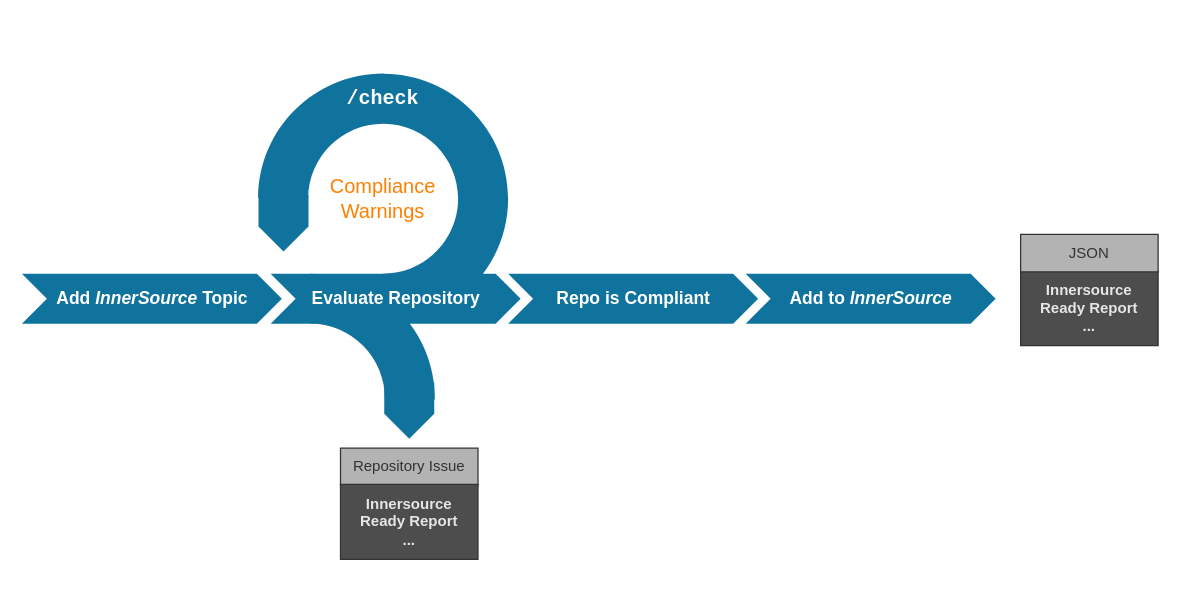
Before: docs/images/processflow.drawio in github-innersource/innersource-ready-report, a draw.io diagram. Source tidied: cells renumbered, new cells numbered last; positions are measured from the earlier drawing's top-left corner, leaving out a move shared by most shapes. Both pictures are drawn from the tidied source at 125%, with x=0, y=0 at pixel (21, 21).
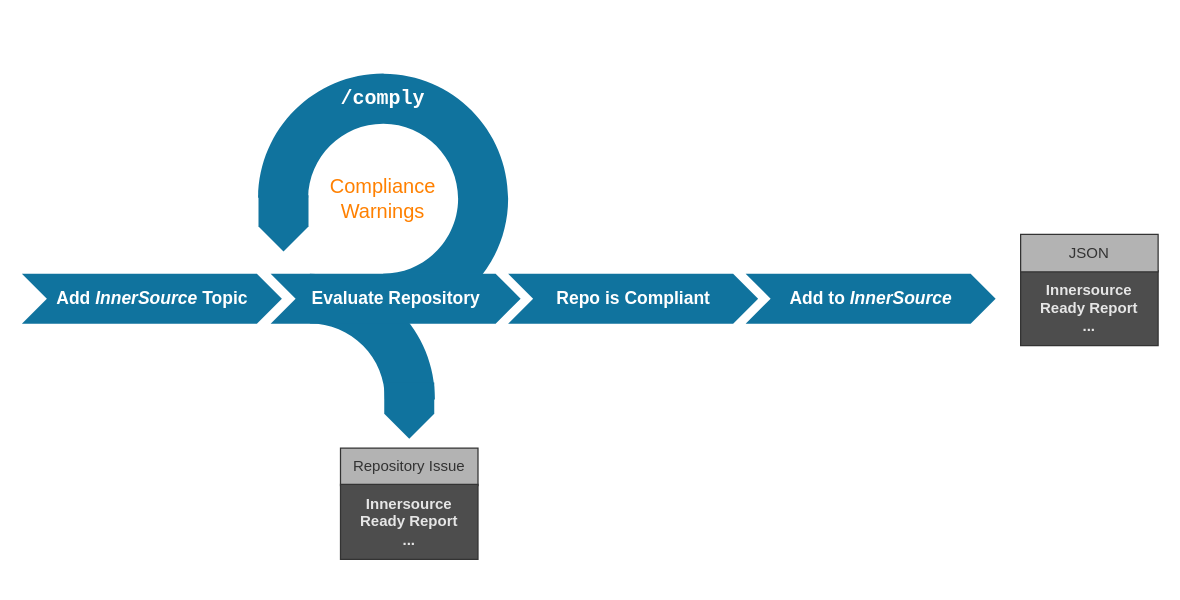
Above is the later version.

The edit, as a diff of the source:
```diff
@@
 <mxGraphModel>
   <root>
     <mxCell id="0" />
     <mxCell id="1" parent="0" />
     <mxCell id="2" style="group;" parent="1" vertex="1">
       <mxGeometry x="147.6" width="282.8" height="445" as="geometry" />
     </mxCell>
     <mxCell id="3" style="group;" parent="2" vertex="1">
       <mxGeometry width="282.8" height="445" as="geometry" />
     </mxCell>
     <mxCell id="4" style="verticalLabelPosition=bottom;verticalAlign=top;html=1;shape=mxgraph.basic.partConcEllipse;fillColor=#10739E;strokeColor=none;startAngle=0.3762531626299647;endAngle=0.125;arcWidth=0.4;rotation=135;" parent="3" vertex="1">
       <mxGeometry x="41.4" y="41.4" width="200" height="200" as="geometry" />
     </mxCell>
     <mxCell id="5" value="&lt;font color=&quot;#ff8000&quot;&gt;Compliance&lt;br style=&quot;font-size: 16px&quot;&gt;Warnings&lt;/font&gt;" style="text;html=1;strokeColor=none;fillColor=none;align=center;verticalAlign=middle;whiteSpace=wrap;rounded=0;fontSize=16;" parent="3" vertex="1">
       <mxGeometry x="96.4" y="131.4" width="90" height="20" as="geometry" />
     </mxCell>
-    <mxCell id="6" value="&lt;font face=&quot;Courier New&quot;&gt;&lt;b&gt;/check&lt;/b&gt;&lt;/font&gt;" style="text;html=1;strokeColor=none;fillColor=none;align=center;verticalAlign=middle;whiteSpace=wrap;rounded=0;fontSize=16;fontColor=#FFFFFF;" parent="3" vertex="1">
+    <mxCell id="6" value="&lt;font face=&quot;Courier New&quot;&gt;&lt;b&gt;/comply&lt;/b&gt;&lt;/font&gt;" style="text;html=1;strokeColor=none;fillColor=none;align=center;verticalAlign=middle;whiteSpace=wrap;rounded=0;fontSize=16;fontColor=#FFFFFF;" parent="3" vertex="1">
       <mxGeometry x="121.4" y="51.4" width="40" height="20" as="geometry" />
     </mxCell>
     <mxCell id="7" style="group;" parent="3" vertex="1">
       <mxGeometry x="-58.6" y="160" width="330" height="282.8" as="geometry" />
     </mxCell>
     <mxCell id="8" style="verticalLabelPosition=bottom;verticalAlign=top;html=1;shape=mxgraph.basic.partConcEllipse;fillColor=#10739E;strokeColor=none;startAngle=0.625;endAngle=0.8761449798372287;arcWidth=0.4;rotation=135;" parent="7" vertex="1">
       <mxGeometry x="41.4" y="41.4" width="200" height="200" as="geometry" />
     </mxCell>
     <mxCell id="9" style="html=1;shape=mxgraph.infographic.ribbonSimple;notch1=0;notch2=20;fillColor=#10739E;strokeColor=none;align=center;verticalAlign=middle;fontColor=#ffffff;fontSize=14;fontStyle=1;rotation=90;" parent="7" vertex="1">
       <mxGeometry x="198.4" y="131" width="45" height="40" as="geometry" />
     </mxCell>
     <mxCell id="10" value="&lt;font color=&quot;#333333&quot;&gt;Repository Issue&lt;/font&gt;" style="rounded=0;whiteSpace=wrap;html=1;labelBackgroundColor=none;fontColor=#E6E6E6;strokeColor=#333333;fillColor=#B3B3B3;" parent="7" vertex="1">
       <mxGeometry x="165.9" y="181" width="110" height="30" as="geometry" />
     </mxCell>
     <mxCell id="11" value="Add&amp;nbsp;&lt;i&gt;InnerSource&amp;nbsp;&lt;/i&gt;Topic" style="html=1;shape=mxgraph.infographic.ribbonSimple;notch1=20;notch2=20;fillColor=#10739E;strokeColor=none;align=center;verticalAlign=middle;fontColor=#ffffff;fontSize=14;fontStyle=1;" parent="7" vertex="1">
       <mxGeometry x="-89" y="41.4" width="208" height="40" as="geometry" />
     </mxCell>
     <mxCell id="12" value="&lt;font color=&quot;#e6e6e6&quot;&gt;&lt;span style=&quot;font-family: &amp;#34;helvetica&amp;#34; ; font-size: 12px ; font-style: normal ; font-weight: 700 ; letter-spacing: normal ; text-align: center ; text-indent: 0px ; text-transform: none ; word-spacing: 0px ; display: inline ; float: none&quot;&gt;Innersource&lt;/span&gt;&lt;br style=&quot;font-family: &amp;#34;helvetica&amp;#34; ; font-size: 12px ; font-style: normal ; font-weight: 700 ; letter-spacing: normal ; text-align: center ; text-indent: 0px ; text-transform: none ; word-spacing: 0px&quot;&gt;&lt;span style=&quot;font-family: &amp;#34;helvetica&amp;#34; ; font-size: 12px ; font-style: normal ; font-weight: 700 ; letter-spacing: normal ; text-align: center ; text-indent: 0px ; text-transform: none ; word-spacing: 0px ; display: inline ; float: none&quot;&gt;Ready Report&lt;/span&gt;&lt;br style=&quot;font-family: &amp;#34;helvetica&amp;#34; ; font-size: 12px ; font-style: normal ; font-weight: 700 ; letter-spacing: normal ; text-align: center ; text-indent: 0px ; text-transform: none ; word-spacing: 0px&quot;&gt;&lt;span style=&quot;font-family: &amp;#34;helvetica&amp;#34; ; font-size: 12px ; font-style: normal ; font-weight: 700 ; letter-spacing: normal ; text-align: center ; text-indent: 0px ; text-transform: none ; word-spacing: 0px ; display: inline ; float: none&quot;&gt;...&lt;/span&gt;&lt;/font&gt;" style="rounded=0;whiteSpace=wrap;html=1;labelBackgroundColor=none;fontColor=#99FFFF;strokeColor=#333333;fillColor=#4D4D4D;" parent="3" vertex="1">
       <mxGeometry x="107.3" y="370" width="110" height="60" as="geometry" />
     </mxCell>
     <mxCell id="13" style="html=1;shape=mxgraph.infographic.ribbonSimple;notch1=0;notch2=20;fillColor=#10739E;strokeColor=none;align=center;verticalAlign=middle;fontColor=#ffffff;fontSize=14;fontStyle=1;rotation=90;" parent="2" vertex="1">
       <mxGeometry x="39.2" y="141.2" width="45" height="40" as="geometry" />
     </mxCell>
     <mxCell id="14" value="Evaluate Repository" style="html=1;shape=mxgraph.infographic.ribbonSimple;notch1=20;notch2=20;fillColor=#10739E;strokeColor=none;align=center;verticalAlign=middle;fontColor=#ffffff;fontSize=14;fontStyle=1;" parent="1" vertex="1">
       <mxGeometry x="199" y="201.4" width="200" height="40" as="geometry" />
     </mxCell>
     <mxCell id="15" value="Repo is Compliant" style="html=1;shape=mxgraph.infographic.ribbonSimple;notch1=20;notch2=20;fillColor=#10739E;strokeColor=none;align=center;verticalAlign=middle;fontColor=#ffffff;fontSize=14;fontStyle=1;" parent="1" vertex="1">
       <mxGeometry x="389" y="201.4" width="200" height="40" as="geometry" />
     </mxCell>
     <mxCell id="16" value="Add to &lt;i&gt;InnerSource&lt;/i&gt;" style="html=1;shape=mxgraph.infographic.ribbonSimple;notch1=20;notch2=20;fillColor=#10739E;strokeColor=none;align=center;verticalAlign=middle;fontColor=#ffffff;fontSize=14;fontStyle=1;" parent="1" vertex="1">
       <mxGeometry x="579" y="201.4" width="200" height="40" as="geometry" />
     </mxCell>
     <mxCell id="17" style="group;" parent="1" vertex="1">
       <mxGeometry x="799" y="170" width="110" height="90" as="geometry" />
     </mxCell>
     <mxCell id="18" value="&lt;font&gt;&lt;span style=&quot;font-family: &amp;quot;helvetica&amp;quot; ; font-size: 12px ; font-style: normal ; font-weight: 700 ; letter-spacing: normal ; text-align: center ; text-indent: 0px ; text-transform: none ; word-spacing: 0px ; display: inline ; float: none&quot;&gt;Innersource&lt;/span&gt;&lt;br style=&quot;font-family: &amp;quot;helvetica&amp;quot; ; font-size: 12px ; font-style: normal ; font-weight: 700 ; letter-spacing: normal ; text-align: center ; text-indent: 0px ; text-transform: none ; word-spacing: 0px&quot;&gt;&lt;span style=&quot;font-family: &amp;quot;helvetica&amp;quot; ; font-size: 12px ; font-style: normal ; font-weight: 700 ; letter-spacing: normal ; text-align: center ; text-indent: 0px ; text-transform: none ; word-spacing: 0px ; display: inline ; float: none&quot;&gt;Ready Report&lt;/span&gt;&lt;br style=&quot;font-family: &amp;quot;helvetica&amp;quot; ; font-size: 12px ; font-style: normal ; font-weight: 700 ; letter-spacing: normal ; text-align: center ; text-indent: 0px ; text-transform: none ; word-spacing: 0px&quot;&gt;&lt;span style=&quot;font-family: &amp;quot;helvetica&amp;quot; ; font-size: 12px ; font-style: normal ; font-weight: 700 ; letter-spacing: normal ; text-align: center ; text-indent: 0px ; text-transform: none ; word-spacing: 0px ; display: inline ; float: none&quot;&gt;...&lt;/span&gt;&lt;/font&gt;" style="rounded=0;whiteSpace=wrap;html=1;labelBackgroundColor=none;fontColor=#E6E6E6;strokeColor=#333333;fillColor=#4D4D4D;" parent="17" vertex="1">
       <mxGeometry y="29" width="110" height="60" as="geometry" />
     </mxCell>
     <mxCell id="19" value="&lt;font color=&quot;#333333&quot;&gt;JSON&lt;/font&gt;" style="rounded=0;whiteSpace=wrap;html=1;labelBackgroundColor=none;fontColor=#E6E6E6;strokeColor=#333333;fillColor=#B3B3B3;" parent="17" vertex="1">
       <mxGeometry width="110" height="30" as="geometry" />
     </mxCell>
   </root>
 </mxGraphModel>
```
